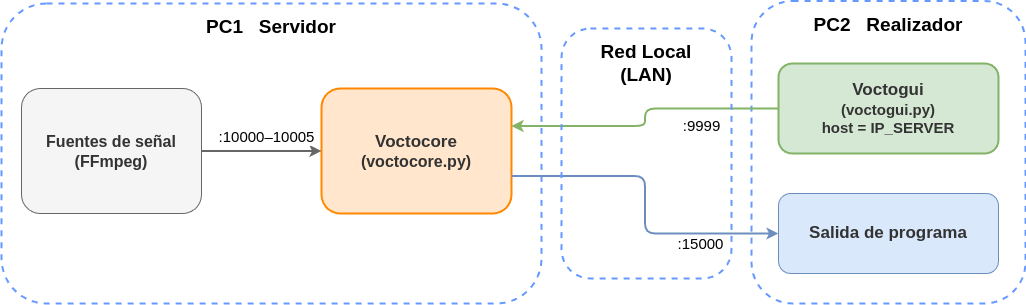
martin1210235/voctomix-2.0 keeps this draw.io diagram as memoria_tfg/figuras/escenario_2pc.png. Above is the earlier version. Source tidied: cells renumbered, new cells last; positions are measured from the earlier drawing's top-left corner, leaving out a move shared by most shapes.
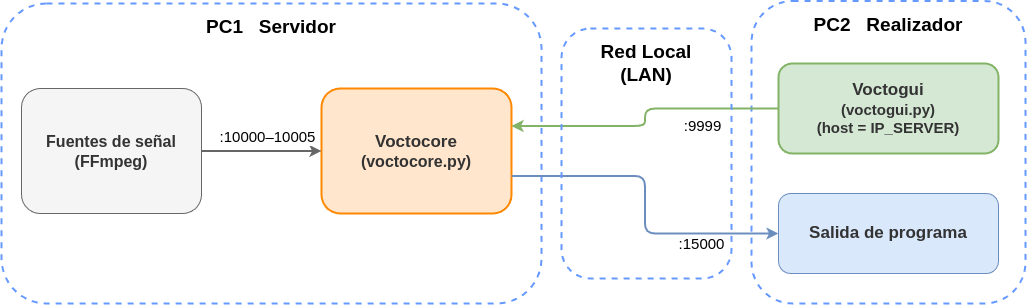
After the change.

What changed in the source:
```diff
@@ -14,7 +14,7 @@
     <mxCell id="5" value="&lt;div&gt;&lt;font style=&quot;font-size: 17px;&quot;&gt;Voctocore&lt;/font&gt;&lt;/div&gt;&lt;font style=&quot;&quot;&gt;&lt;font style=&quot;font-size: 16px;&quot;&gt;(voctocore.py)&lt;/font&gt;&lt;br&gt;&lt;/font&gt;" style="rounded=1;whiteSpace=wrap;html=1;fillColor=#FFE6CC;strokeColor=#FF8800;fontColor=#333333;fontSize=12;fontStyle=1;strokeWidth=2;" parent="1" vertex="1">
       <mxGeometry x="320" y="87" width="190" height="125" as="geometry" />
     </mxCell>
-    <mxCell id="6" value="&lt;div&gt;&lt;font style=&quot;font-size: 17px;&quot;&gt;Voctogui&lt;/font&gt;&lt;/div&gt;&lt;font style=&quot;&quot;&gt;&lt;font style=&quot;font-size: 15px;&quot;&gt;(voctogui.py)&lt;br&gt;&lt;/font&gt;&lt;font style=&quot;font-size: 15px;&quot;&gt;host = IP_SERVER&lt;/font&gt;&lt;/font&gt;" style="rounded=1;whiteSpace=wrap;html=1;fillColor=#d5e8d4;strokeColor=#82b366;fontColor=#333333;fontSize=12;fontStyle=1;strokeWidth=2;" parent="1" vertex="1">
+    <mxCell id="6" value="&lt;div&gt;&lt;font style=&quot;font-size: 17px;&quot;&gt;Voctogui&lt;/font&gt;&lt;/div&gt;&lt;font style=&quot;&quot;&gt;&lt;font style=&quot;font-size: 15px;&quot;&gt;(voctogui.py)&lt;br&gt;&lt;/font&gt;&lt;font style=&quot;font-size: 15px;&quot;&gt;(host = IP_SERVER)&lt;/font&gt;&lt;/font&gt;" style="rounded=1;whiteSpace=wrap;html=1;fillColor=#d5e8d4;strokeColor=#82b366;fontColor=#333333;fontSize=12;fontStyle=1;strokeWidth=2;" parent="1" vertex="1">
       <mxGeometry x="777" y="62" width="220" height="90" as="geometry" />
     </mxCell>
     <mxCell id="7" value="&lt;font style=&quot;font-size: 17px;&quot;&gt;Salida de programa&lt;/font&gt;" style="rounded=1;whiteSpace=wrap;html=1;fillColor=#dae8fc;strokeColor=#6c8ebf;fontColor=#333333;fontSize=11;fontStyle=1;" parent="1" vertex="1">
```
